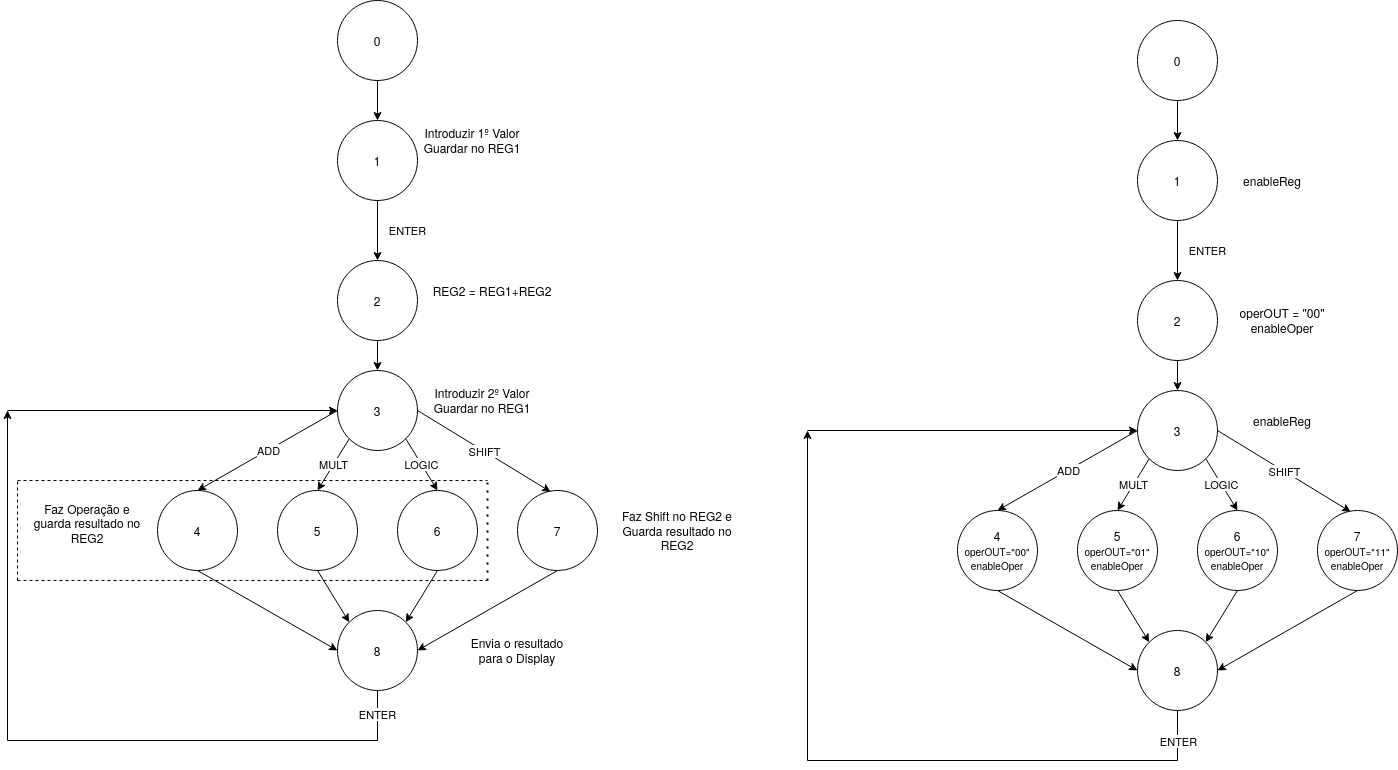
This is Diagramas/Circuito.png from MiguelAReis/PSD_lab1, a draw.io export, as it was before one commit. Source tidied: cells renumbered, new cells last; positions are measured from the earlier drawing's top-left corner, leaving out a move shared by most shapes.
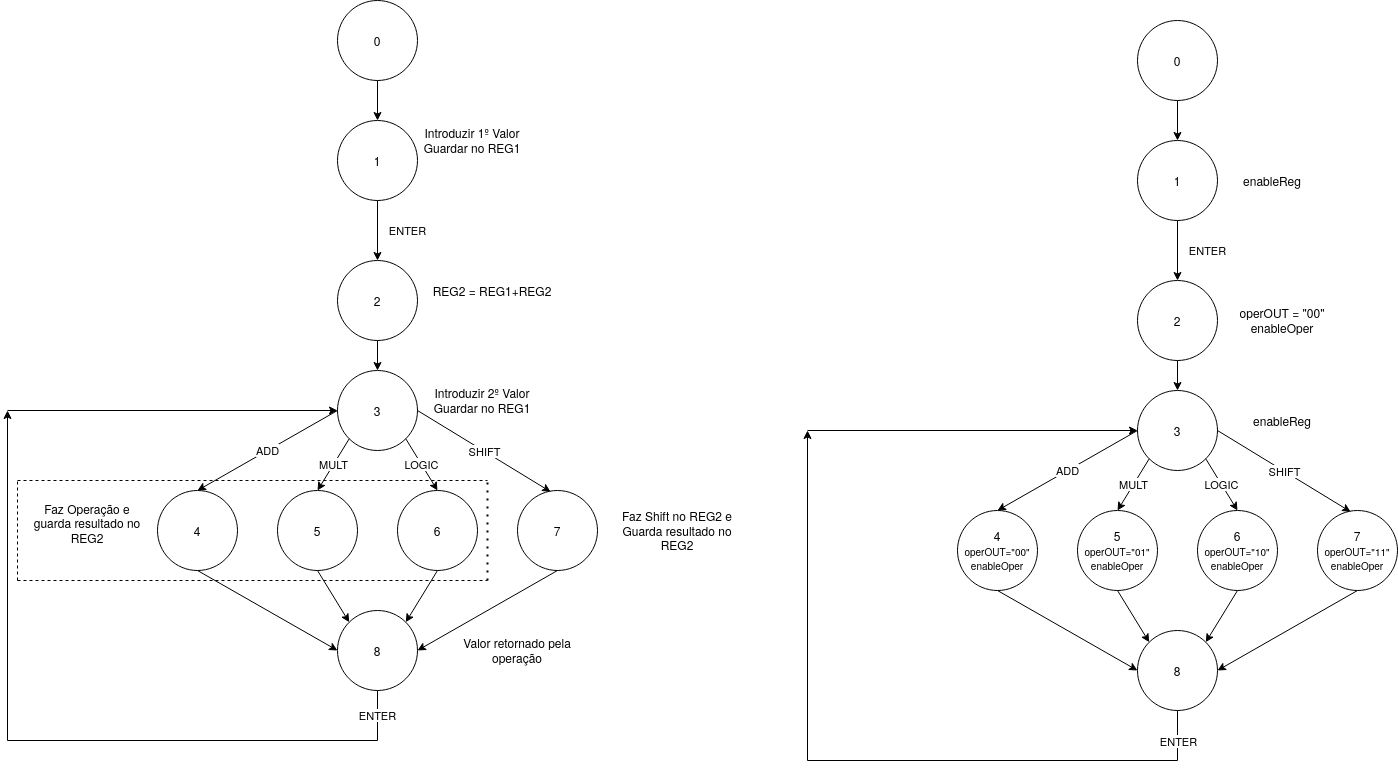
After the commit.

Change to the diagram source:
```diff
@@ -92,7 +92,7 @@
     <mxCell id="27" style="endArrow=classic;html=1;entryX=0;entryY=0;entryDx=0;entryDy=0;exitX=0.5;exitY=1;exitDx=0;exitDy=0;" parent="1" edge="1" source="6" target="23">
       <mxGeometry relative="1" as="geometry" />
     </mxCell>
-    <mxCell id="28" value="Envia o resultado para o Display" style="text;html=1;strokeColor=none;fillColor=none;align=center;verticalAlign=middle;whiteSpace=wrap;rounded=0;" parent="1" vertex="1">
+    <mxCell id="28" value="&lt;span class=&quot;tojvnm2t a6sixzi8 abs2jz4q a8s20v7p t1p8iaqh k5wvi7nf q3lfd5jv pk4s997a bipmatt0 cebpdrjk qowsmv63 owwhemhu dp1hu0rb dhp61c6y iyyx5f41&quot;&gt;Valor retornado pela operação&lt;/span&gt;" style="text;html=1;strokeColor=none;fillColor=none;align=center;verticalAlign=middle;whiteSpace=wrap;rounded=0;" parent="1" vertex="1">
       <mxGeometry x="450" y="640" width="120" height="20" as="geometry" />
     </mxCell>
     <mxCell id="29" value="ENTER" style="endArrow=none;html=1;entryX=0.5;entryY=1;entryDx=0;entryDy=0;" parent="1" edge="1" target="23">
```
